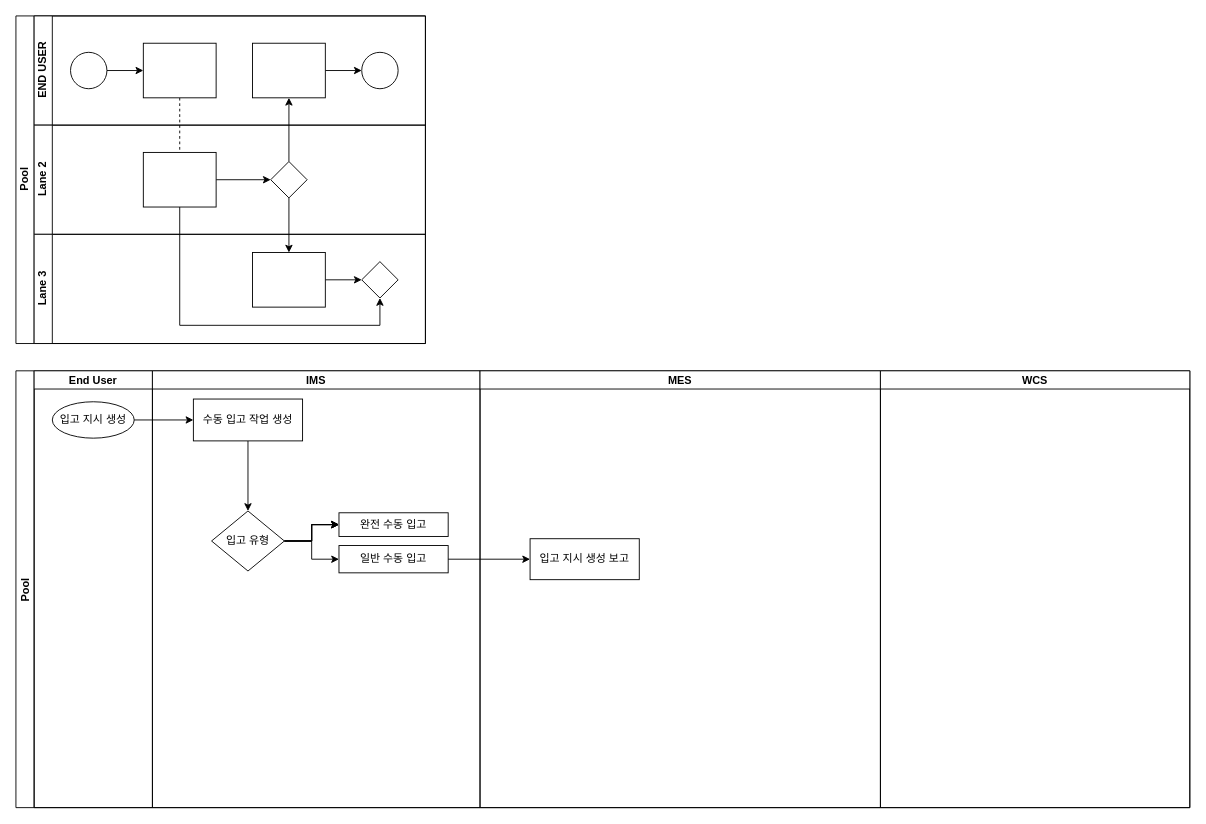
hjee02018/UML keeps this draw.io diagram as WMS_FrameWork.drawio. Above is the earlier version. Source tidied: cells renumbered, new cells numbered last; positions are measured from the earlier drawing's top-left corner, leaving out a move shared by most shapes. Both pictures are drawn from the tidied source at 91%, with x=0, y=0 at pixel (15, 15).
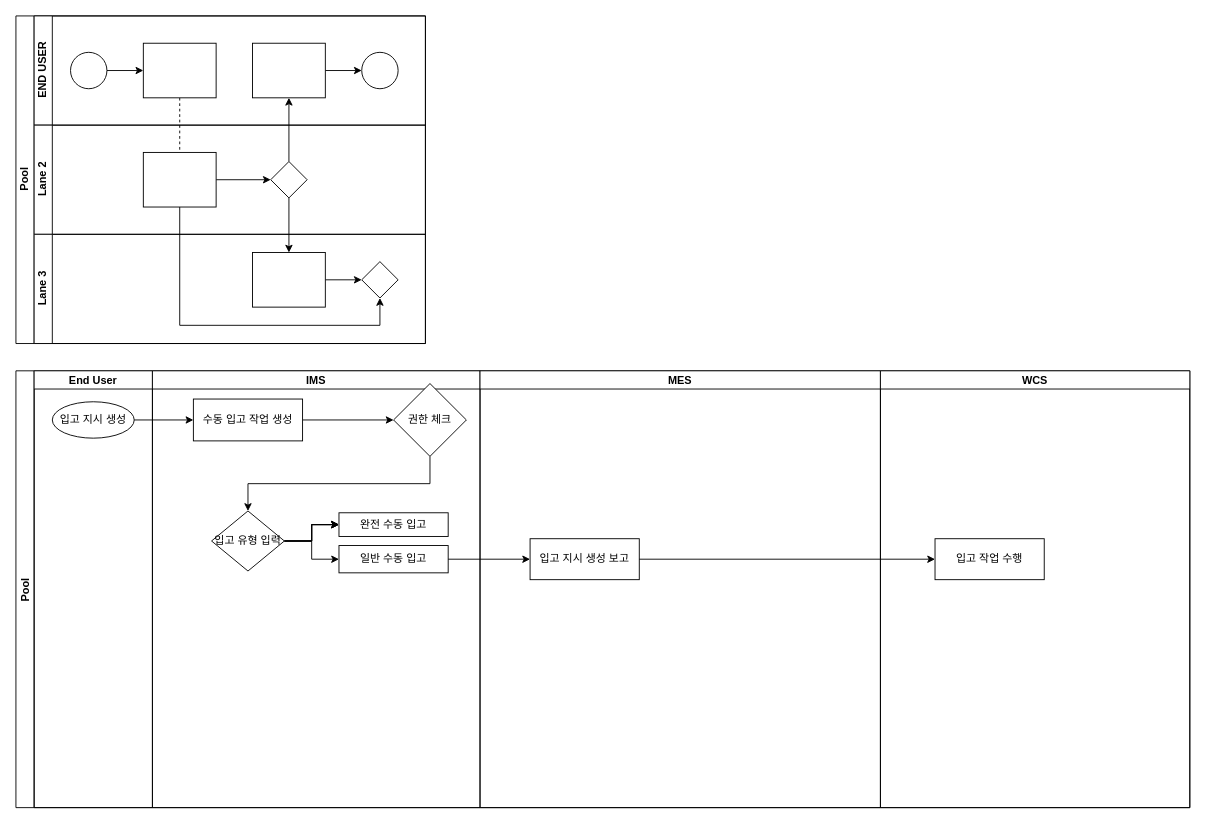
Above is the later version.

The change refers to these unchanged cells:
```xml
<mxCell id="22" value="Pool" style="swimlane;startSize=20;horizontal=0;" parent="1" vertex="1">
  <mxGeometry y="390" width="1290" height="480" as="geometry" />
</mxCell>
<mxCell id="25" value="IMS" style="swimlane;startSize=20;" parent="22" vertex="1">
  <mxGeometry x="150" width="360" height="480" as="geometry" />
</mxCell>
<mxCell id="27" value="수동 입고 작업 생성" style="whiteSpace=wrap;html=1;" parent="25" vertex="1">
  <mxGeometry x="45" y="31" width="120" height="46" as="geometry" />
</mxCell>
<mxCell id="38" value="입고 지시 생성 보고" style="whiteSpace=wrap;html=1;" parent="37" vertex="1">
  <mxGeometry x="55" y="184.5" width="120" height="45" as="geometry" />
</mxCell>
<mxCell id="39" value="WCS" style="swimlane;startSize=20;" parent="22" vertex="1">
  <mxGeometry x="950" width="340" height="480" as="geometry" />
</mxCell>
```

What changed in the source:
```diff
@@
-    <mxCell id="26" style="edgeStyle=orthogonalEdgeStyle;rounded=0;jettySize=auto;html=1;" parent="25" edge="1" source="27" target="33">
-      <mxGeometry relative="1" as="geometry" />
-    </mxCell>
+    <mxCell id="41" style="edgeStyle=orthogonalEdgeStyle;rounded=0;jettySize=auto;html=1;" parent="25" edge="1" source="27" target="43">
+      <mxGeometry relative="1" as="geometry" />
+    </mxCell>
@@
-    <mxCell id="33" value="입고 유형" style="rhombus;whiteSpace=wrap;html=1;" parent="25" vertex="1">
+    <mxCell id="33" value="입고 유형 입력" style="rhombus;whiteSpace=wrap;html=1;" parent="25" vertex="1">
       <mxGeometry x="65" y="154" width="80" height="66" as="geometry" />
     </mxCell>
@@
+    <mxCell id="42" style="edgeStyle=orthogonalEdgeStyle;rounded=0;jettySize=auto;html=1;entryX=0.5;entryY=0;entryDx=0;entryDy=0;exitX=0.5;exitY=1;exitDx=0;exitDy=0;" parent="25" edge="1" source="43" target="33">
+      <mxGeometry relative="1" as="geometry" />
+    </mxCell>
+    <mxCell id="43" value="권한 체크" style="rhombus;whiteSpace=wrap;html=1;" parent="25" vertex="1">
+      <mxGeometry x="265" y="14" width="80" height="80" as="geometry" />
+    </mxCell>
@@
+    <mxCell id="44" value="입고 작업 수행" style="whiteSpace=wrap;html=1;" parent="39" vertex="1">
+      <mxGeometry x="60" y="184.5" width="120" height="45" as="geometry" />
+    </mxCell>
@@
+    <mxCell id="45" style="edgeStyle=orthogonalEdgeStyle;rounded=0;jettySize=auto;html=1;" parent="22" edge="1" source="38" target="44">
+      <mxGeometry relative="1" as="geometry" />
+    </mxCell>
```
